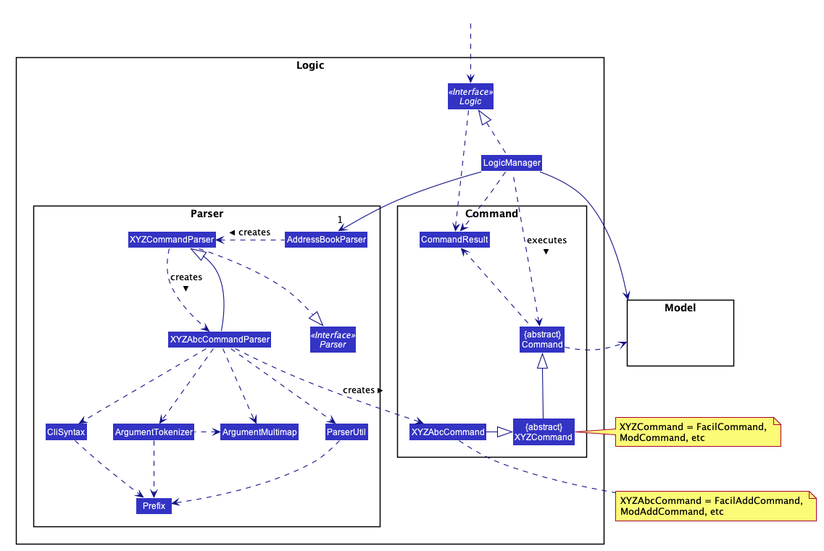
zixinn/main keeps this PlantUML diagram as docs/images/LogicClassDiagram.png. Above is the earlier version.
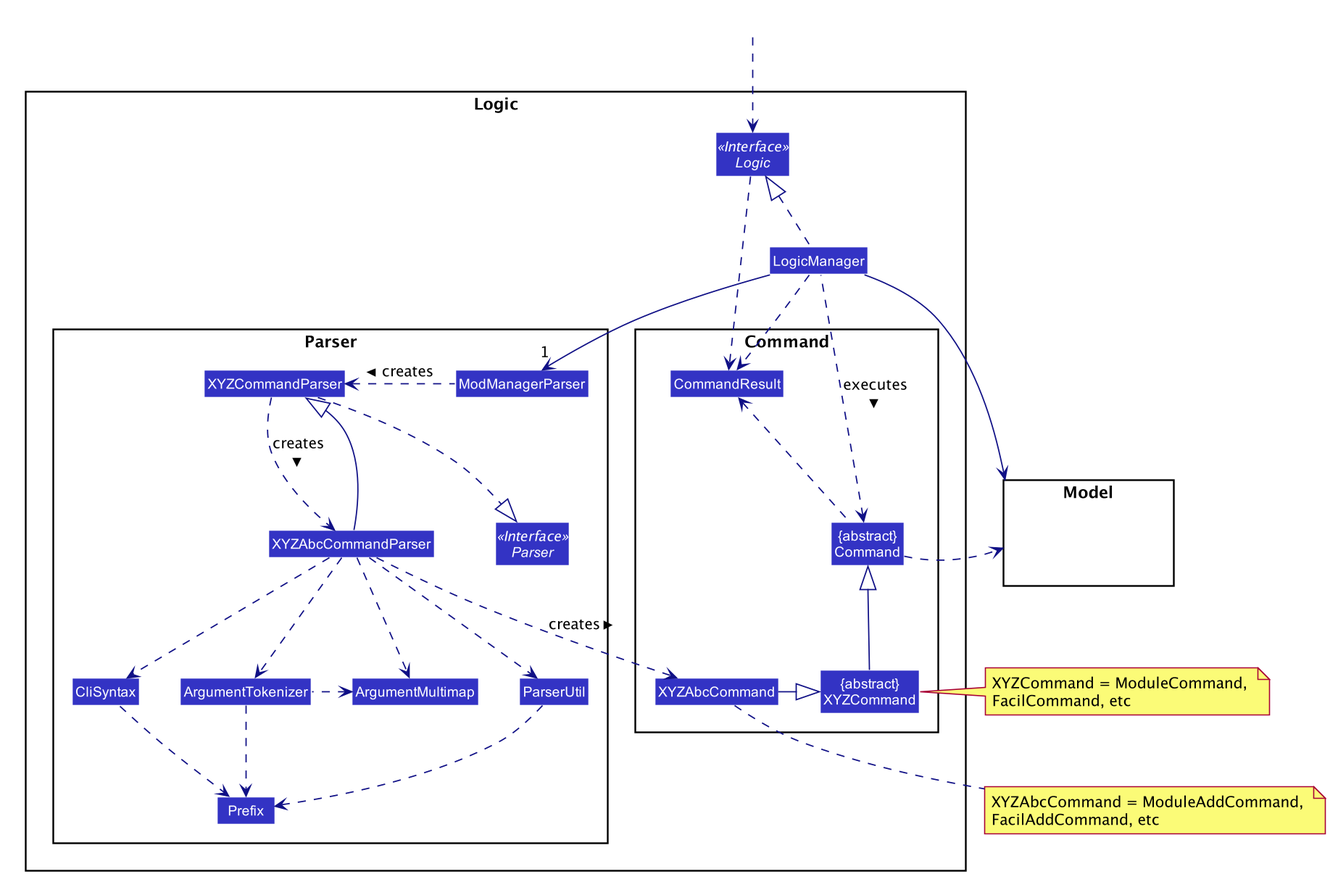
The same diagram one commit later.

The edit, as a diff of the source:
```diff
@@ -1,4 +1,5 @@
 @startuml
+
 
 
 
@@ -27,7 +28,7 @@
 
 skinparam Sequence {
     MessageAlign center
-    BoxFontSize 15
+    BoxFontSize 50
     BoxPadding 0
     BoxFontColor #FFFFFF
     FontName Arial
@@ -36,6 +37,7 @@
 skinparam Participant {
     FontColor #FFFFFFF
     Padding 20
+    FontSize 50
 }
 
 skinparam MinClassWidth 50
@@ -55,7 +57,7 @@
 
 package Parser {
 Interface Parser <<Interface>>
-Class AddressBookParser
+Class ModManagerParser
 Class XYZCommandParser
 Class XYZAbcCommandParser
 Class CliSyntax
@@ -84,8 +86,8 @@
 HiddenOutside ..> Logic
 
 LogicManager .up.|> Logic
-LogicManager -->"1" AddressBookParser
-AddressBookParser .left.> XYZCommandParser: creates >
+LogicManager -->"1" ModManagerParser
+ModManagerParser .left.> XYZCommandParser: creates >
 
 XYZAbcCommandParser ..> XYZAbcCommand : creates >
 XYZCommandParser ..> XYZAbcCommandParser : creates >
@@ -105,8 +107,8 @@
 
 LogicManager --> Model
 Command .right.> Model
-note right of XYZCommand: XYZCommand = FacilCommand, \nModCommand, etc
-note bottom of XYZAbcCommand: XYZAbcCommand = FacilAddCommand, \nModAddCommand, etc
+note right of XYZCommand: XYZCommand = ModuleCommand, \nFacilCommand, etc
+note bottom of XYZAbcCommand: XYZAbcCommand = ModuleAddCommand, \nFacilAddCommand, etc
 
 Logic ..> CommandResult
 LogicManager .down.> CommandResult
```
